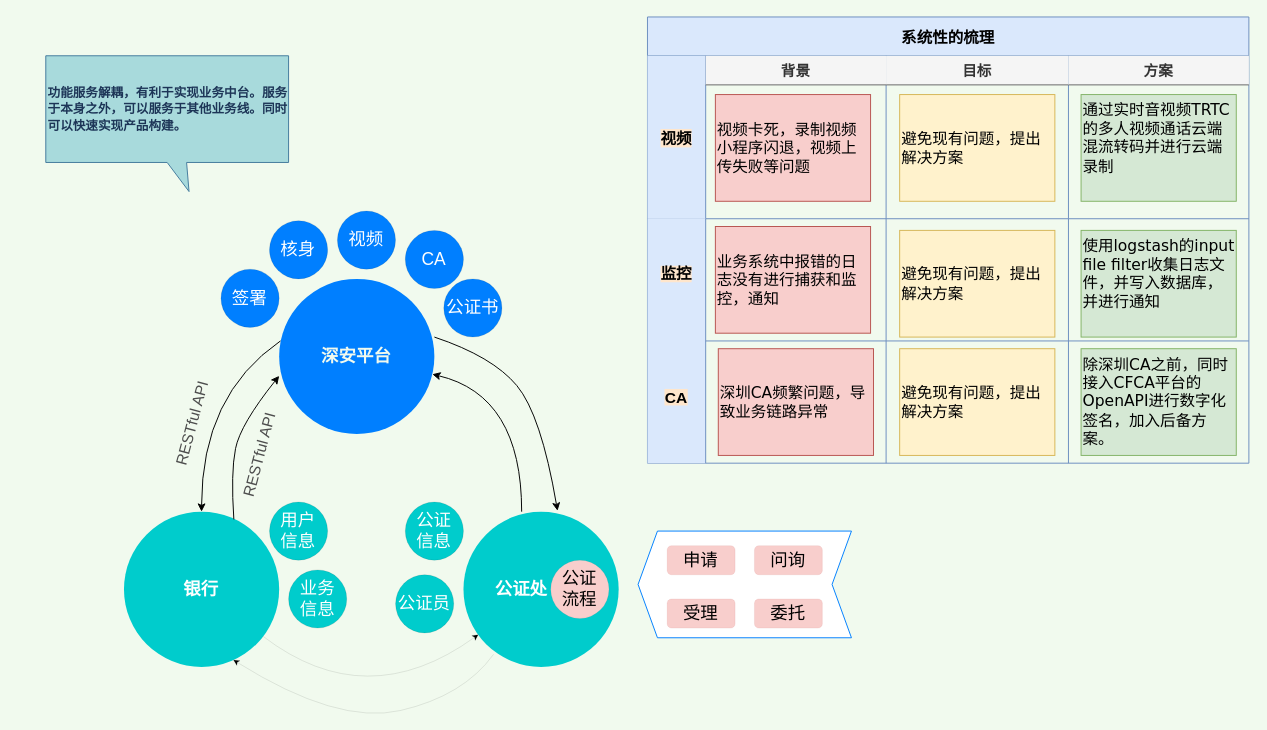
This is page "梳理赋强" (1 of 2) of 赋强创新思路.drawio from wuyongfeng/wuyongfeng, a draw.io file, before an edit. Source tidied: cells renumbered, new cells numbered last; positions are measured from the earlier drawing's top-left corner, leaving out a move shared by most shapes. Both pictures are drawn from the tidied source at 97%, with x=0, y=0 at pixel (46, 16).
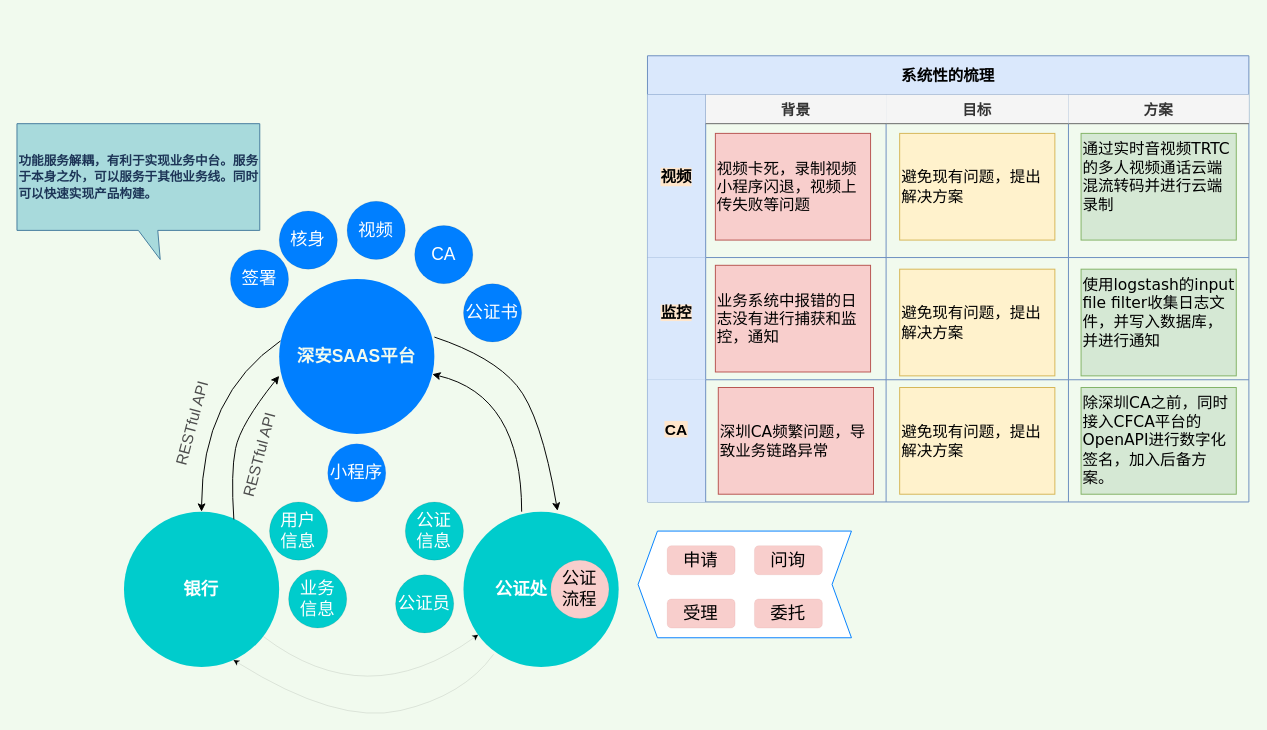
Above is the later version.

The edit, as a diff of the source:
```diff
@@
-    <mxCell id="3" value="深安平台" style="ellipse;whiteSpace=wrap;html=1;fillColor=#007FFF;fontColor=#F1FAEE;strokeColor=none;fontStyle=1;fontSize=18;" parent="1" vertex="1">
+    <mxCell id="3" value="深安SAAS平台" style="ellipse;whiteSpace=wrap;html=1;fillColor=#007FFF;fontColor=#F1FAEE;strokeColor=none;fontStyle=1;fontSize=18;" parent="1" vertex="1">
       <mxGeometry x="240.3" y="270" width="160" height="160" as="geometry" />
     </mxCell>
@@
     <mxCell id="7" value="签署" style="ellipse;whiteSpace=wrap;html=1;shadow=0;sketch=0;fontSize=18;fontColor=#FFFFFF;strokeColor=default;strokeWidth=0;fillColor=#007FFF;gradientColor=none;" parent="1" vertex="1">
-      <mxGeometry x="180.3" y="260" width="60" height="60" as="geometry" />
+      <mxGeometry x="190" y="240" width="60" height="60" as="geometry" />
     </mxCell>
     <mxCell id="8" value="核身" style="ellipse;whiteSpace=wrap;html=1;shadow=0;sketch=0;fontSize=18;fontColor=#FFFFFF;strokeColor=default;strokeWidth=0;fillColor=#007FFF;gradientColor=none;" parent="1" vertex="1">
-      <mxGeometry x="230.3" y="210" width="60" height="60" as="geometry" />
+      <mxGeometry x="240.3" y="200" width="60" height="60" as="geometry" />
     </mxCell>
     <mxCell id="9" value="CA" style="ellipse;whiteSpace=wrap;html=1;shadow=0;sketch=0;fontSize=18;fontColor=#FFFFFF;strokeColor=default;strokeWidth=0;fillColor=#007FFF;gradientColor=none;" parent="1" vertex="1">
-      <mxGeometry x="370.3" y="220" width="60" height="60" as="geometry" />
+      <mxGeometry x="380" y="215" width="60" height="60" as="geometry" />
     </mxCell>
     <mxCell id="10" value="公证书" style="ellipse;whiteSpace=wrap;html=1;shadow=0;sketch=0;fontSize=18;fontColor=#FFFFFF;strokeColor=default;strokeWidth=0;fillColor=#007FFF;gradientColor=none;" parent="1" vertex="1">
-      <mxGeometry x="410" y="270" width="60" height="60" as="geometry" />
+      <mxGeometry x="430.3" y="275" width="60" height="60" as="geometry" />
     </mxCell>
@@
     <mxCell id="28" value="视频" style="ellipse;whiteSpace=wrap;html=1;shadow=0;sketch=0;fontSize=18;fontColor=#FFFFFF;strokeColor=default;strokeWidth=0;fillColor=#007FFF;gradientColor=none;" parent="1" vertex="1">
-      <mxGeometry x="300.3" y="200" width="60" height="60" as="geometry" />
+      <mxGeometry x="310.3" y="190" width="60" height="60" as="geometry" />
     </mxCell>
     <mxCell id="29" value="&lt;div&gt;&lt;div&gt;&lt;span style=&quot;font-family: &amp;#34;larkhacksafarifont&amp;#34; , &amp;#34;larkemojifont&amp;#34; , &amp;#34;larkchinesequote&amp;#34; , , &amp;#34;blinkmacsystemfont&amp;#34; , &amp;#34;helvetica neue&amp;#34; , &amp;#34;arial&amp;#34; , &amp;#34;segoe ui&amp;#34; , &amp;#34;pingfang sc&amp;#34; , &amp;#34;microsoft yahei&amp;#34; , &amp;#34;hiragino sans gb&amp;#34; , sans-serif , &amp;#34;apple color emoji&amp;#34; , &amp;#34;segoe ui emoji&amp;#34; , &amp;#34;segoe ui symbol&amp;#34; , &amp;#34;noto color emoji&amp;#34;&quot;&gt;&lt;span style=&quot;font-size: 13px&quot;&gt;功能服务解耦，有利于实现业务中台。服务于本身之外，可以服务于其他业务线。同时可以快速实现产品构建。&lt;/span&gt;&lt;/span&gt;&lt;/div&gt;&lt;/div&gt;" style="shape=callout;whiteSpace=wrap;html=1;perimeter=calloutPerimeter;labelBackgroundColor=none;labelBorderColor=none;fontSize=14;fillColor=#A8DADC;strokeColor=#457B9D;fontColor=#1D3557;fontStyle=1;align=left;position2=0.59;" parent="1" vertex="1">
-      <mxGeometry x="-0.3" y="40" width="250.3" height="140" as="geometry" />
+      <mxGeometry x="-30" y="110" width="250.3" height="140" as="geometry" />
     </mxCell>
     <mxCell id="30" value="系统性的梳理" style="shape=table;childLayout=tableLayout;startSize=40;fontStyle=1;fillColor=#dae8fc;strokeColor=#6c8ebf;fontSize=16;verticalAlign=middle;" parent="1" vertex="1">
-      <mxGeometry x="620" width="620" height="460" as="geometry" />
+      <mxGeometry x="620" y="40" width="620" height="460" as="geometry" />
     </mxCell>
@@
     <mxCell id="52" value="&lt;span style=&quot;font-weight: 700; background-color: rgb(255, 230, 204); font-size: 16px;&quot;&gt;视频&lt;/span&gt;" style="text;html=1;strokeColor=none;fillColor=none;align=center;verticalAlign=middle;whiteSpace=wrap;rounded=0;shadow=0;sketch=0;fontFamily=Verdana;fontSize=16;" parent="1" vertex="1">
-      <mxGeometry x="620" y="110" width="60" height="30" as="geometry" />
+      <mxGeometry x="620" y="150" width="60" height="30" as="geometry" />
     </mxCell>
     <mxCell id="53" value="&lt;span style=&quot;font-family: helvetica; font-size: 16px; font-weight: 700; background-color: rgb(255, 230, 204);&quot;&gt;监控&lt;/span&gt;" style="text;html=1;strokeColor=none;fillColor=none;align=center;verticalAlign=middle;whiteSpace=wrap;rounded=0;shadow=0;sketch=0;fontFamily=Verdana;fontSize=16;" parent="1" vertex="1">
-      <mxGeometry x="620" y="250" width="60" height="30" as="geometry" />
+      <mxGeometry x="620" y="290" width="60" height="30" as="geometry" />
     </mxCell>
     <mxCell id="54" value="&lt;span style=&quot;font-family: helvetica; font-size: 16px; font-weight: 700; background-color: rgb(255, 230, 204);&quot;&gt;CA&lt;/span&gt;" style="text;html=1;strokeColor=none;fillColor=none;align=center;verticalAlign=middle;whiteSpace=wrap;rounded=0;shadow=0;sketch=0;fontFamily=Verdana;fontSize=16;" parent="1" vertex="1">
-      <mxGeometry x="620" y="377.4" width="60" height="30" as="geometry" />
+      <mxGeometry x="620" y="410" width="60" height="30" as="geometry" />
     </mxCell>
+    <mxCell id="55" value="小程序" style="ellipse;whiteSpace=wrap;html=1;shadow=0;sketch=0;fontSize=18;strokeColor=#9673a6;strokeWidth=0;fillColor=#007FFF;fontColor=#FFFFFF;" parent="1" vertex="1">
+      <mxGeometry x="290.3" y="440" width="60" height="60" as="geometry" />
+    </mxCell>
```
